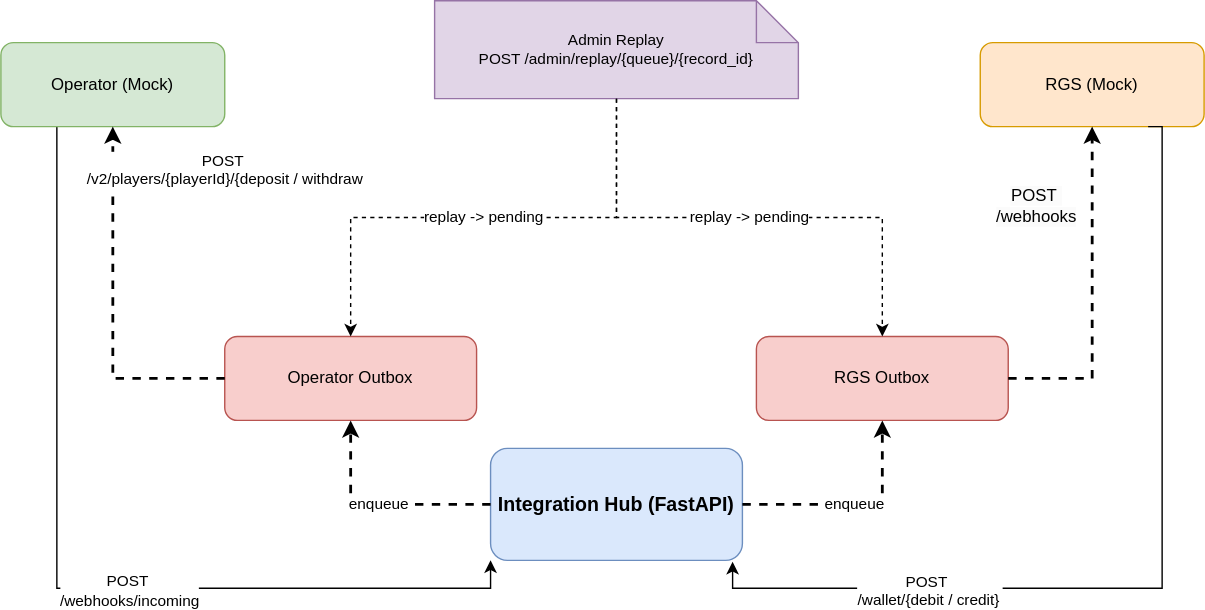
This is docs/integration-hub.svg from hlzm/integration-flow, a draw.io export, as it was before one commit. Source tidied: cells renumbered, new cells last; positions are measured from the earlier drawing's top-left corner, leaving out a move shared by most shapes.
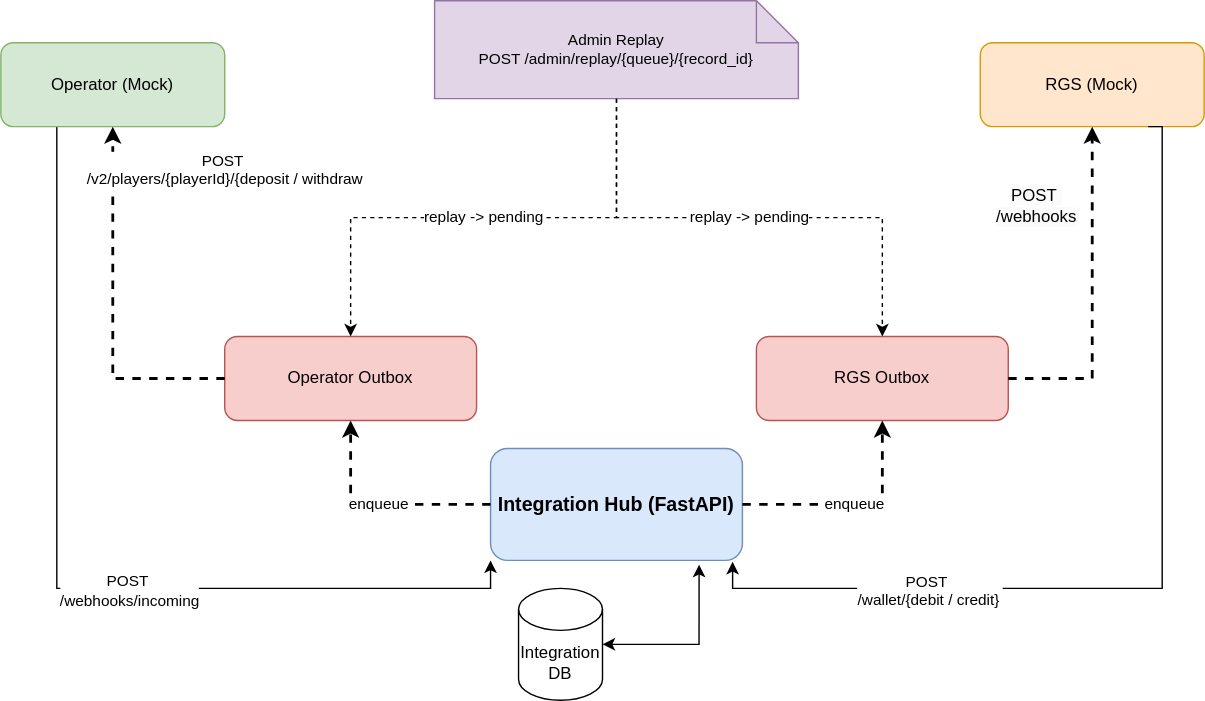
The same file after the commit.

What changed in the source:
```diff
@@ -62,5 +62,15 @@
         <mxPoint x="-14" as="offset" />
       </mxGeometry>
     </mxCell>
+    <mxCell id="19" value="Integration DB" style="shape=cylinder3;whiteSpace=wrap;html=1;boundedLbl=1;backgroundOutline=1;size=15;" parent="1" vertex="1">
+      <mxGeometry x="370" y="420" width="60" height="80" as="geometry" />
+    </mxCell>
+    <mxCell id="20" style="endArrow=classic;startArrow=classic;html=1;rounded=0;entryX=0.828;entryY=1.038;entryDx=0;entryDy=0;entryPerimeter=0;exitX=1;exitY=0.5;exitDx=0;exitDy=0;exitPerimeter=0;" parent="1" edge="1" source="19" target="2">
+      <mxGeometry relative="1" as="geometry">
+        <Array as="points">
+          <mxPoint x="499" y="460" />
+        </Array>
+      </mxGeometry>
+    </mxCell>
   </root>
 </mxGraphModel>
```
